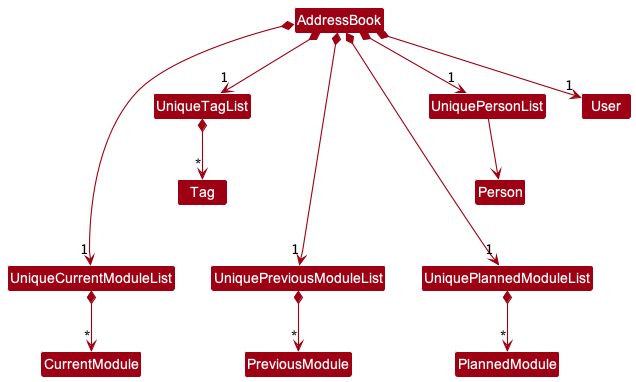
Before: docs/images/BetterModelClassDiagram.png, a diagram exported from PlantUML (nus-cs2103-AY2223S1/tp). Source of this version:
```plantuml
@startuml
!include style.puml
skinparam arrowThickness 1.1
skinparam arrowColor MODEL_COLOR
skinparam classBackgroundColor MODEL_COLOR


Class "CurrentModule" as PersonCurrentModule
Class "PreviousModule" as PersonPreviousModule
Class "PlannedModule" as PersonPlannedModule


AddressBook *--> "1" UniquePersonList
AddressBook *--> "1" UniqueTagList
AddressBook *--> "1" UniqueCurrentModuleList
AddressBook *--> "1" UniquePreviousModuleList
AddressBook *--> "1" UniquePlannedModuleList
AddressBook *--> "1" User


UniqueTagList *--> "*" Tag
UniquePersonList --> Person

UniqueCurrentModuleList *--> "*" PersonCurrentModule
UniquePreviousModuleList *--> "*" PersonPreviousModule
UniquePlannedModuleList *--> "*" PersonPlannedModule

Tag -down[hidden]-> UniqueCurrentModuleList
Tag -down[hidden]-> UniquePreviousModuleList
Person -down[hidden]-> UniquePlannedModuleList

@enduml
```
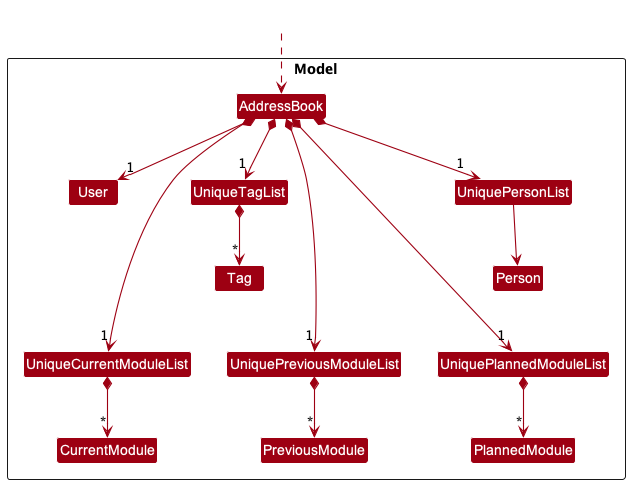
The same diagram one commit later.

Commit message:
Include black border on class diagrams

Diff of the diagram source:
```diff
@@ -4,11 +4,27 @@
 skinparam arrowColor MODEL_COLOR
 skinparam classBackgroundColor MODEL_COLOR
 
-
+Package Model <<Rectangle>>{
 Class "CurrentModule" as PersonCurrentModule
 Class "PreviousModule" as PersonPreviousModule
 Class "PlannedModule" as PersonPlannedModule
 
+Class AddressBook
+
+Class User
+Class Person
+
+Class UniquePersonList
+Class UniqueTagList
+Class UniqueCurrentModuleList
+Class UniquePreviousModuleList
+Class UniquePlannedModuleList
+
+Class Tag
+}
+
+Class HiddenOutside #FFFFFF
+HiddenOutside ..> AddressBook
 
 AddressBook *--> "1" UniquePersonList
 AddressBook *--> "1" UniqueTagList
```
